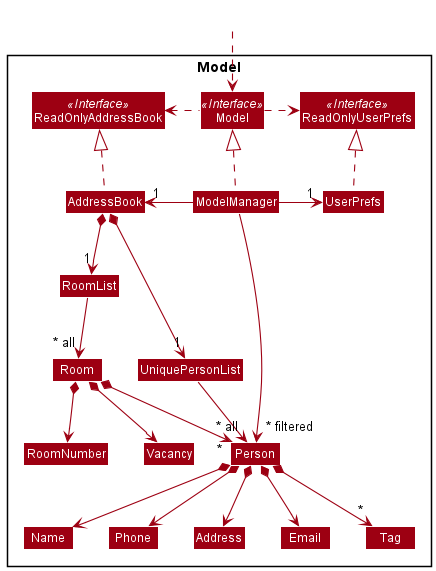
The PlantUML diagram docs/images/ModelClassDiagram.png in peilinye/tp, before a commit. Source of this version:
```plantuml
@startuml
!include style.puml
skinparam arrowThickness 1.1
skinparam arrowColor MODEL_COLOR
skinparam classBackgroundColor MODEL_COLOR

Package Model <<Rectangle>>{
Interface ReadOnlyAddressBook <<Interface>>
Interface ReadOnlyUserPrefs <<Interface>>
Interface Model <<Interface>>
Class AddressBook
Class ReadOnlyAddressBook
Class Model
Class ModelManager
Class UserPrefs
Class ReadOnlyUserPrefs

Class UniquePersonList
Class Person
Class Address
Class Email
Class Name
Class Phone
Class Tag

Class RoomList
Class Room
Class RoomNumber
Class Vacancy

}

Class HiddenOutside #FFFFFF
HiddenOutside ..> Model

AddressBook .up.|> ReadOnlyAddressBook

ModelManager .up.|> Model
Model .right.> ReadOnlyUserPrefs
Model .left.> ReadOnlyAddressBook
ModelManager -left-> "1" AddressBook
ModelManager -right-> "1" UserPrefs
UserPrefs .up.|> ReadOnlyUserPrefs

AddressBook *--> "1" UniquePersonList
UniquePersonList --> "~* all" Person
Person *--> Name
Person *--> Phone
Person *--> Email
Person *--> Address
Person *--> "*" Tag

AddressBook *--> "1" RoomList
RoomList --> "~* all" Room
Room *--> RoomNumber
Room *--> Vacancy
Room *--> "*" Person

Name -[hidden]right-> Phone
Phone -[hidden]right-> Address
Address -[hidden]right-> Email

ModelManager -->"~* filtered" Person
@enduml
```
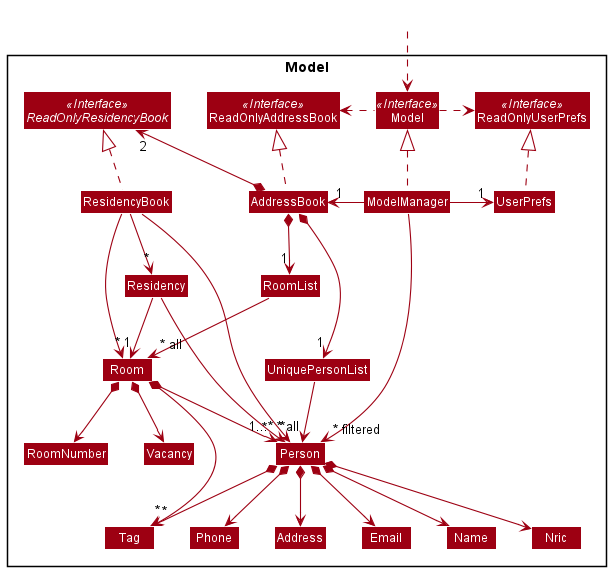
The same diagram one commit later.

Diff of the diagram source:
```diff
@@ -7,6 +7,7 @@
 Package Model <<Rectangle>>{
 Interface ReadOnlyAddressBook <<Interface>>
 Interface ReadOnlyUserPrefs <<Interface>>
+Interface ReadOnlyResidencyBook <<Interface>>
 Interface Model <<Interface>>
 Class AddressBook
 Class ReadOnlyAddressBook
@@ -22,11 +23,14 @@
 Class Name
 Class Phone
 Class Tag
+Class Nric
 
 Class RoomList
 Class Room
 Class RoomNumber
 Class Vacancy
+Class ResidencyBook
+Class Residency
 
 }
 
@@ -49,16 +53,28 @@
 Person *--> Email
 Person *--> Address
 Person *--> "*" Tag
+Person *--> Nric
 
 AddressBook *--> "1" RoomList
 RoomList --> "~* all" Room
 Room *--> RoomNumber
 Room *--> Vacancy
 Room *--> "*" Person
+Room *--> "*" Tag
+
 
 Name -[hidden]right-> Phone
 Phone -[hidden]right-> Address
 Address -[hidden]right-> Email
 
+AddressBook *-left-> "2" ReadOnlyResidencyBook
+ResidencyBook .up.|> ReadOnlyResidencyBook
+ResidencyBook --> "~*" Residency
+ResidencyBook --> "~*" Room
+ResidencyBook --> "~*" Person
+Residency --> "1...*" Person
+Residency --> "1" Room
+
+
 ModelManager -->"~* filtered" Person
 @enduml
```
